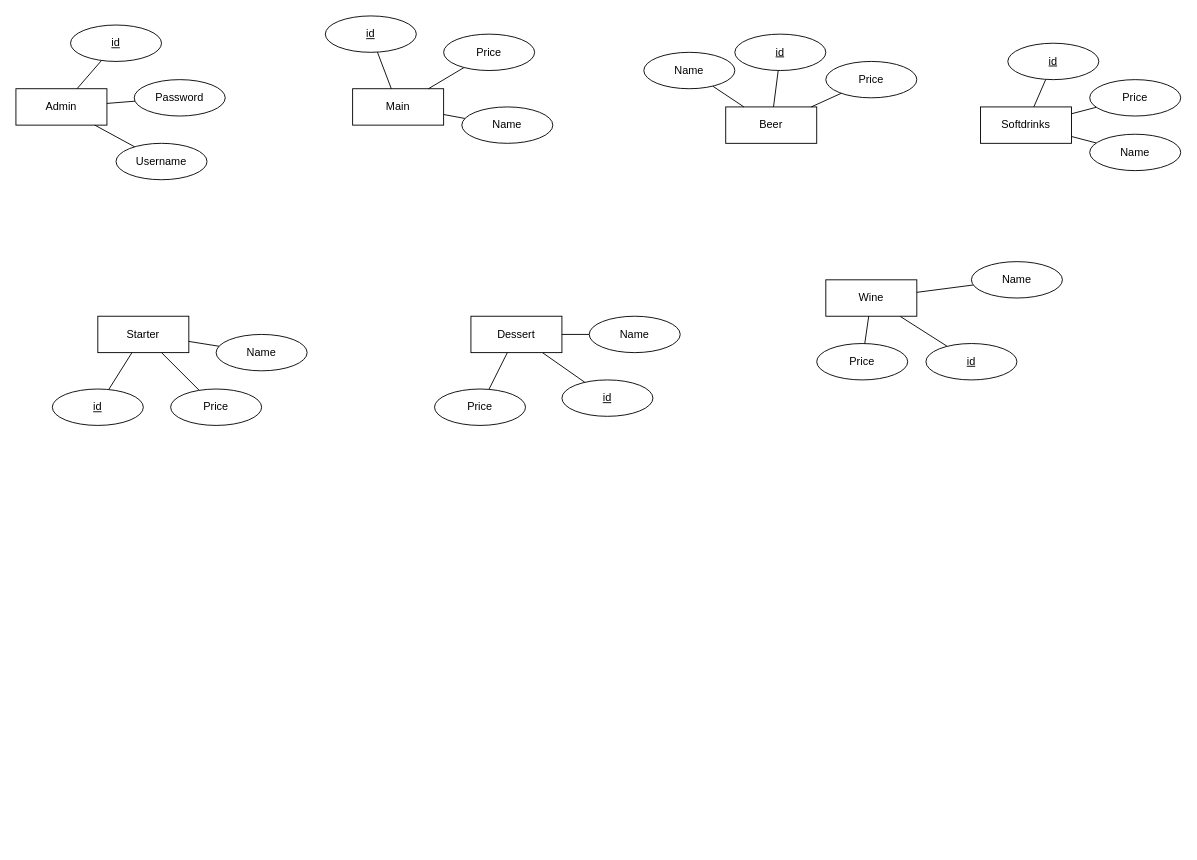
Above: er.drawio in joma2304/project-webbtjanst (draw.io), before the change. Source tidied: cells renumbered, new cells numbered last; positions are measured from the earlier drawing's top-left corner, leaving out a move shared by most shapes. Both pictures are drawn from the tidied source at 91%, with x=0, y=0 at pixel (15, 15).
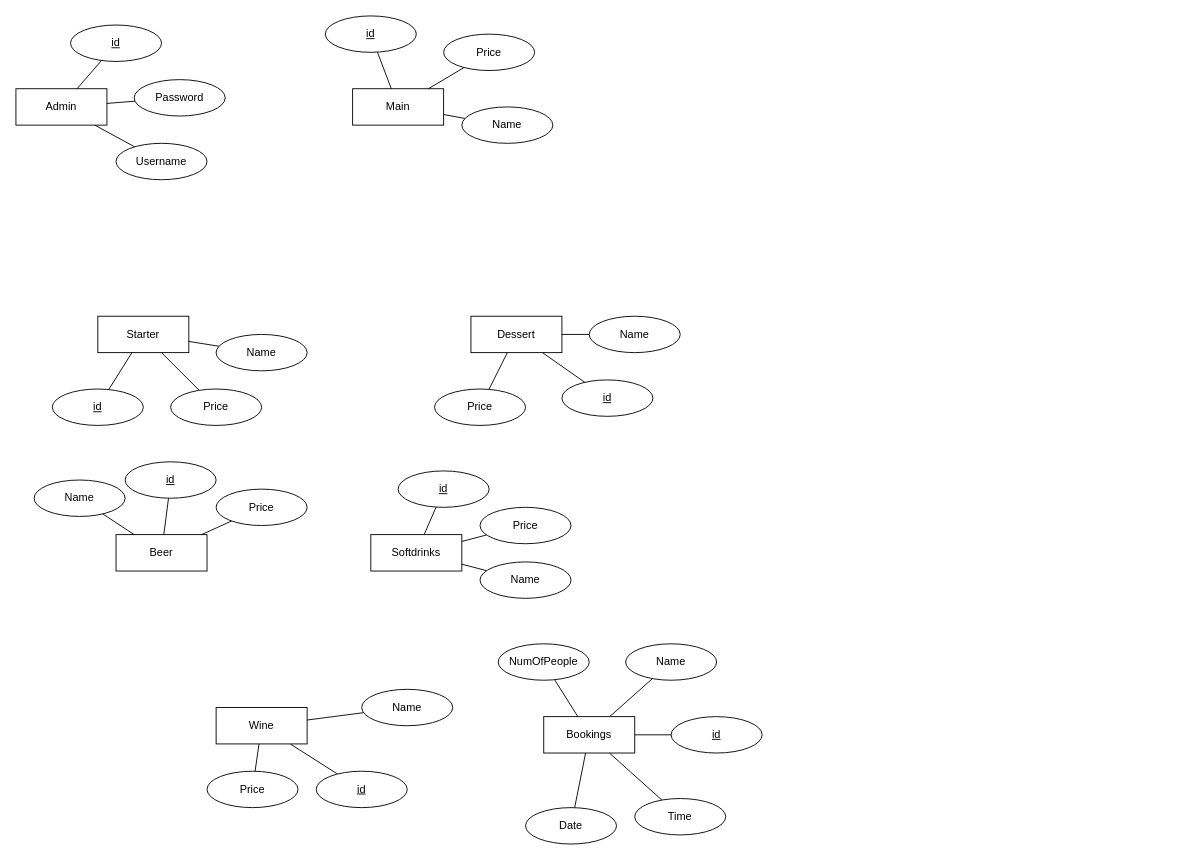
The same page after the edit.

The edit, as a diff of the source:
```diff
@@
     <mxCell id="7" value="Beer" style="whiteSpace=wrap;html=1;align=center;" parent="1" vertex="1">
-      <mxGeometry x="780" y="100" width="100" height="40" as="geometry" />
+      <mxGeometry x="110" y="570" width="100" height="40" as="geometry" />
     </mxCell>
@@
     <mxCell id="9" value="Wine" style="whiteSpace=wrap;html=1;align=center;" parent="1" vertex="1">
-      <mxGeometry x="890" y="290" width="100" height="40" as="geometry" />
+      <mxGeometry x="220" y="760" width="100" height="40" as="geometry" />
     </mxCell>
     <mxCell id="10" value="Softdrinks" style="whiteSpace=wrap;html=1;align=center;" parent="1" vertex="1">
-      <mxGeometry x="1060" y="100" width="100" height="40" as="geometry" />
+      <mxGeometry x="390" y="570" width="100" height="40" as="geometry" />
     </mxCell>
@@
     <mxCell id="22" value="id" style="ellipse;whiteSpace=wrap;html=1;align=center;fontStyle=4;" parent="1" vertex="1">
-      <mxGeometry x="790" y="20" width="100" height="40" as="geometry" />
+      <mxGeometry x="120" y="490" width="100" height="40" as="geometry" />
     </mxCell>
@@
     <mxCell id="24" value="id" style="ellipse;whiteSpace=wrap;html=1;align=center;fontStyle=4;" parent="1" vertex="1">
-      <mxGeometry x="1090" y="30" width="100" height="40" as="geometry" />
+      <mxGeometry x="420" y="500" width="100" height="40" as="geometry" />
     </mxCell>
     <mxCell id="25" value="id" style="ellipse;whiteSpace=wrap;html=1;align=center;fontStyle=4;" parent="1" vertex="1">
-      <mxGeometry x="1000" y="360" width="100" height="40" as="geometry" />
+      <mxGeometry x="330" y="830" width="100" height="40" as="geometry" />
     </mxCell>
@@
     <mxCell id="32" value="Price" style="ellipse;whiteSpace=wrap;html=1;align=center;" parent="1" vertex="1">
-      <mxGeometry x="890" y="50" width="100" height="40" as="geometry" />
+      <mxGeometry x="220" y="520" width="100" height="40" as="geometry" />
     </mxCell>
@@
     <mxCell id="34" value="Price" style="ellipse;whiteSpace=wrap;html=1;align=center;" parent="1" vertex="1">
-      <mxGeometry x="1180" y="70" width="100" height="40" as="geometry" />
+      <mxGeometry x="510" y="540" width="100" height="40" as="geometry" />
     </mxCell>
@@
     <mxCell id="40" value="Price" style="ellipse;whiteSpace=wrap;html=1;align=center;" parent="1" vertex="1">
-      <mxGeometry x="880" y="360" width="100" height="40" as="geometry" />
+      <mxGeometry x="210" y="830" width="100" height="40" as="geometry" />
     </mxCell>
@@
     <mxCell id="42" value="Name" style="ellipse;whiteSpace=wrap;html=1;align=center;" parent="1" vertex="1">
-      <mxGeometry x="690" y="40" width="100" height="40" as="geometry" />
+      <mxGeometry x="20" y="510" width="100" height="40" as="geometry" />
     </mxCell>
@@
     <mxCell id="44" value="Name" style="ellipse;whiteSpace=wrap;html=1;align=center;" parent="1" vertex="1">
-      <mxGeometry x="1180" y="130" width="100" height="40" as="geometry" />
+      <mxGeometry x="510" y="600" width="100" height="40" as="geometry" />
     </mxCell>
@@
     <mxCell id="46" value="Name" style="ellipse;whiteSpace=wrap;html=1;align=center;" parent="1" vertex="1">
-      <mxGeometry x="1050" y="270" width="100" height="40" as="geometry" />
+      <mxGeometry x="380" y="740" width="100" height="40" as="geometry" />
     </mxCell>
@@
+    <mxCell id="51" style="edgeStyle=none;html=1;endArrow=none;endFill=0;" parent="1" edge="1" source="52" target="53">
+      <mxGeometry relative="1" as="geometry" />
+    </mxCell>
+    <mxCell id="52" value="Bookings" style="whiteSpace=wrap;html=1;align=center;" parent="1" vertex="1">
+      <mxGeometry x="580" y="770" width="100" height="40" as="geometry" />
+    </mxCell>
+    <mxCell id="53" value="Name" style="ellipse;whiteSpace=wrap;html=1;align=center;" parent="1" vertex="1">
+      <mxGeometry x="670" y="690" width="100" height="40" as="geometry" />
+    </mxCell>
+    <mxCell id="54" style="edgeStyle=none;html=1;endArrow=none;endFill=0;" parent="1" edge="1" source="55" target="52">
+      <mxGeometry relative="1" as="geometry" />
+    </mxCell>
+    <mxCell id="55" value="id" style="ellipse;whiteSpace=wrap;html=1;align=center;fontStyle=4;" parent="1" vertex="1">
+      <mxGeometry x="720" y="770" width="100" height="40" as="geometry" />
+    </mxCell>
+    <mxCell id="56" style="edgeStyle=none;html=1;endArrow=none;endFill=0;" parent="1" edge="1" source="57" target="52">
+      <mxGeometry relative="1" as="geometry" />
+    </mxCell>
+    <mxCell id="57" value="Date" style="ellipse;whiteSpace=wrap;html=1;align=center;" parent="1" vertex="1">
+      <mxGeometry x="560" y="870" width="100" height="40" as="geometry" />
+    </mxCell>
+    <mxCell id="58" style="edgeStyle=none;html=1;endArrow=none;endFill=0;" parent="1" edge="1" source="59" target="52">
+      <mxGeometry relative="1" as="geometry" />
+    </mxCell>
+    <mxCell id="59" value="Time" style="ellipse;whiteSpace=wrap;html=1;align=center;" parent="1" vertex="1">
+      <mxGeometry x="680" y="860" width="100" height="40" as="geometry" />
+    </mxCell>
+    <mxCell id="60" style="edgeStyle=none;html=1;endArrow=none;endFill=0;" parent="1" edge="1" source="61" target="52">
+      <mxGeometry relative="1" as="geometry" />
+    </mxCell>
+    <mxCell id="61" value="NumOfPeople" style="ellipse;whiteSpace=wrap;html=1;align=center;" parent="1" vertex="1">
+      <mxGeometry x="530" y="690" width="100" height="40" as="geometry" />
+    </mxCell>
```
